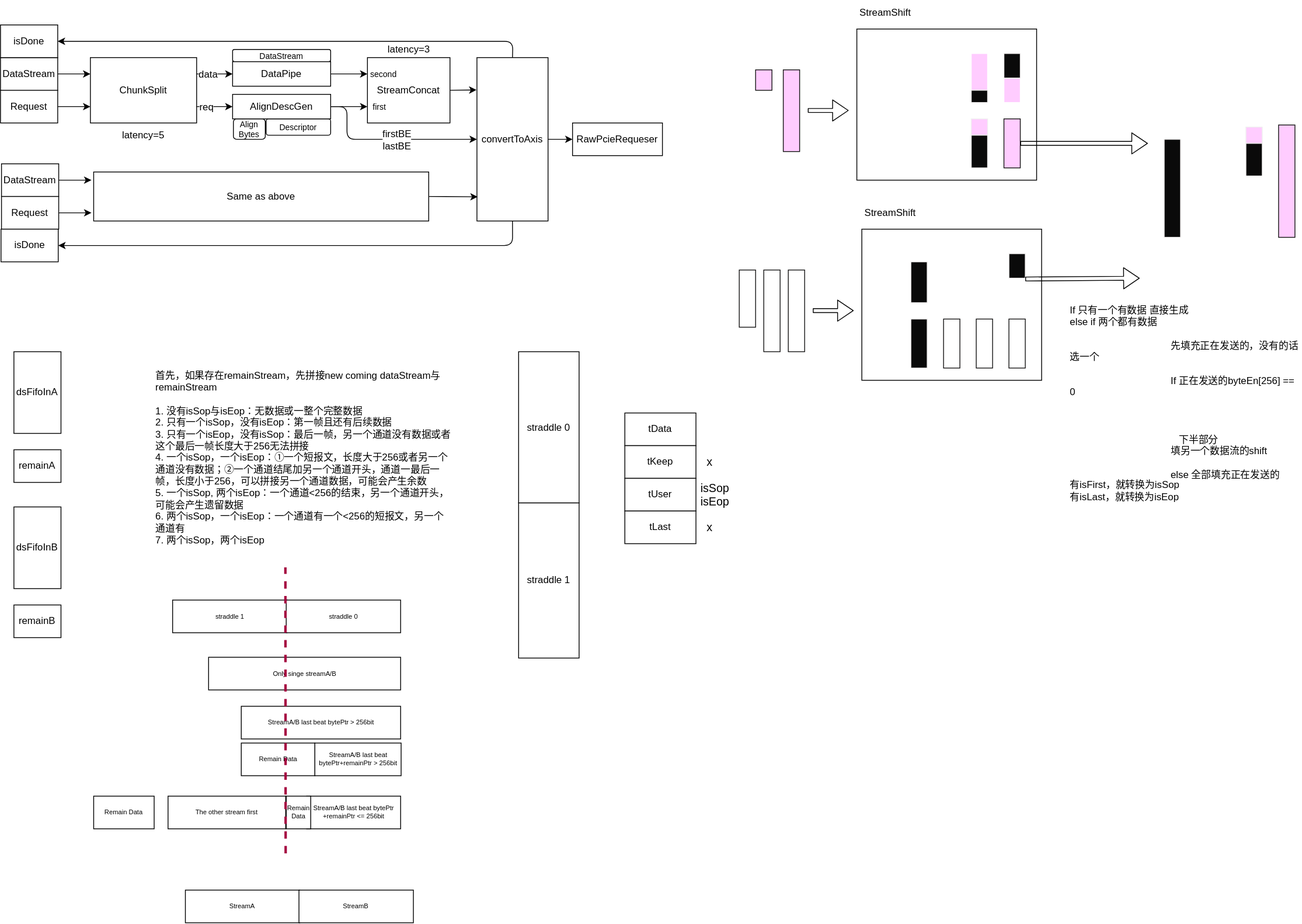
datenlord/blue-dmac keeps this draw.io diagram as img/requester.drawio.svg. Above is the earlier version. Source tidied: cells renumbered, new cells last; positions are measured from the earlier drawing's top-left corner, leaving out a move shared by most shapes.
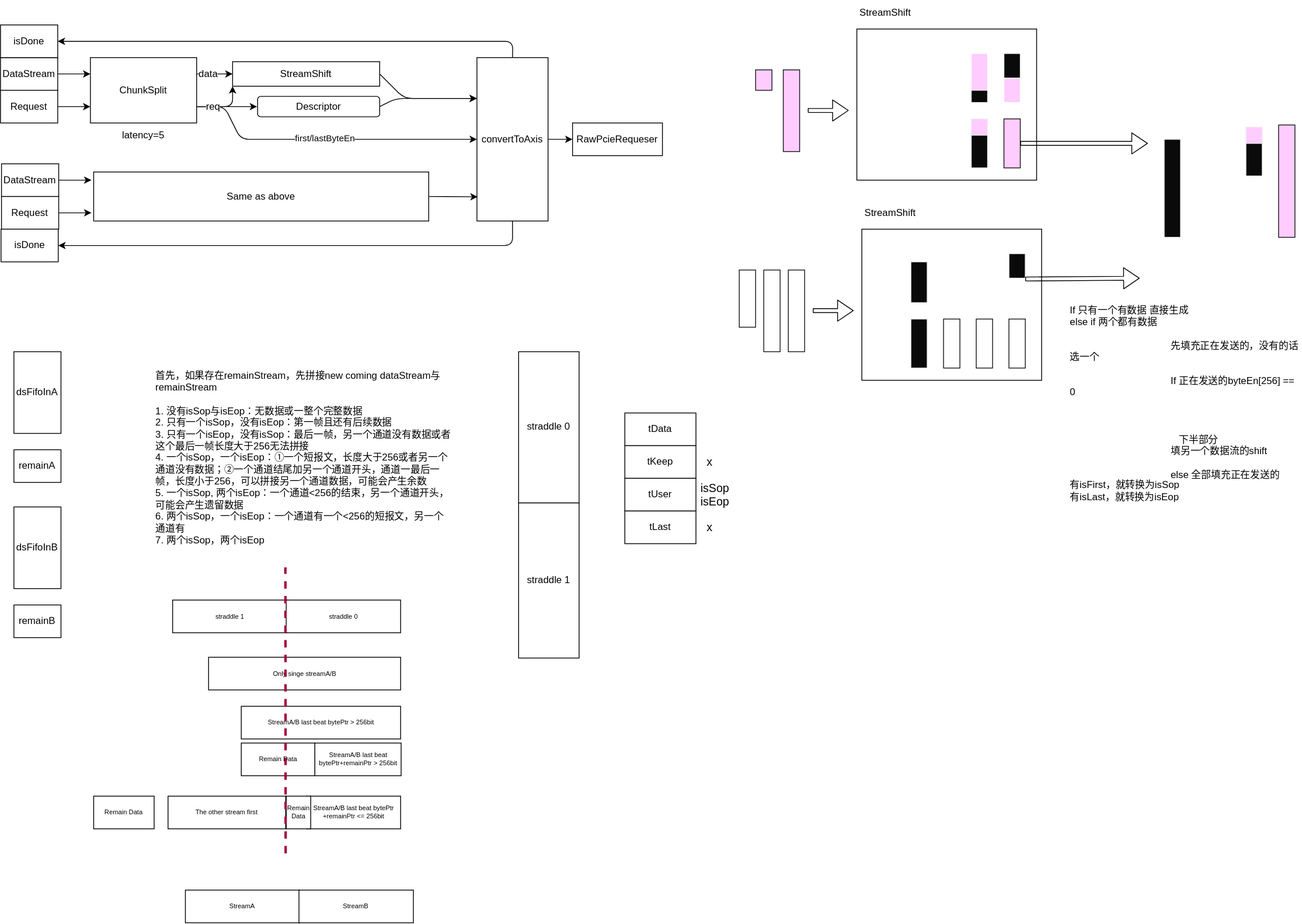
After the commit.

The edit, as a diff of the source:
```diff
@@ -2,6 +2,25 @@
   <root>
     <mxCell id="0" />
     <mxCell id="1" parent="0" />
+    <mxCell id="106" style="edgeStyle=none;html=1;exitX=1;exitY=0.75;exitDx=0;exitDy=0;entryX=0;entryY=0.5;entryDx=0;entryDy=0;" parent="1" edge="1" source="19" target="13">
+      <mxGeometry relative="1" as="geometry">
+        <Array as="points">
+          <mxPoint x="274" y="130" />
+          <mxPoint x="294" y="170" />
+        </Array>
+      </mxGeometry>
+    </mxCell>
+    <mxCell id="107" value="first/lastByteEn" style="edgeLabel;html=1;align=center;verticalAlign=middle;" parent="106" vertex="1">
+      <mxGeometry x="-0.01" y="1" relative="1" as="geometry" />
+    </mxCell>
+    <mxCell id="108" style="edgeStyle=none;html=1;exitX=1;exitY=0.75;exitDx=0;exitDy=0;entryX=0;entryY=1;entryDx=0;entryDy=0;" parent="1" edge="1" source="19" target="110">
+      <mxGeometry relative="1" as="geometry">
+        <Array as="points">
+          <mxPoint x="244" y="130" />
+          <mxPoint x="284" y="130" />
+        </Array>
+      </mxGeometry>
+    </mxCell>
     <mxCell id="2" style="edgeStyle=none;html=1;exitX=1;exitY=0.5;exitDx=0;exitDy=0;entryX=0;entryY=0.25;entryDx=0;entryDy=0;fontSize=10;" parent="1" edge="1" source="3" target="19">
       <mxGeometry relative="1" as="geometry" />
     </mxCell>
@@ -14,18 +33,6 @@
     <mxCell id="5" value="Request" style="rounded=0;whiteSpace=wrap;html=1;" parent="1" vertex="1">
       <mxGeometry y="110" width="70" height="40" as="geometry" />
     </mxCell>
-    <mxCell id="6" style="edgeStyle=none;html=1;exitX=1;exitY=0.5;exitDx=0;exitDy=0;fontSize=10;entryX=-0.007;entryY=0.198;entryDx=0;entryDy=0;entryPerimeter=0;" parent="1" edge="1" source="7" target="13">
-      <mxGeometry relative="1" as="geometry" />
-    </mxCell>
-    <mxCell id="7" value="&lt;font style=&quot;font-size: 12px;&quot;&gt;StreamConcat&lt;/font&gt;" style="rounded=0;whiteSpace=wrap;html=1;fontSize=8;" parent="1" vertex="1">
-      <mxGeometry x="449" y="70" width="101" height="80" as="geometry" />
-    </mxCell>
-    <mxCell id="8" value="first" style="text;html=1;strokeColor=none;fillColor=none;align=center;verticalAlign=middle;whiteSpace=wrap;rounded=0;fontSize=10;" parent="1" vertex="1">
-      <mxGeometry x="449" y="120" width="30" height="20" as="geometry" />
-    </mxCell>
-    <mxCell id="9" value="second" style="text;html=1;strokeColor=none;fillColor=none;align=center;verticalAlign=middle;whiteSpace=wrap;rounded=0;fontSize=10;" parent="1" vertex="1">
-      <mxGeometry x="454" y="80" width="30" height="20" as="geometry" />
-    </mxCell>
     <mxCell id="10" style="edgeStyle=none;html=1;exitX=1;exitY=0.5;exitDx=0;exitDy=0;entryX=0;entryY=0.5;entryDx=0;entryDy=0;fontSize=10;" parent="1" edge="1" source="13" target="14">
       <mxGeometry relative="1" as="geometry" />
     </mxCell>
@@ -49,14 +56,21 @@
     <mxCell id="14" value="RawPcieRequeser" style="rounded=0;whiteSpace=wrap;html=1;" parent="1" vertex="1">
       <mxGeometry x="700" y="150" width="110" height="40" as="geometry" />
     </mxCell>
-    <mxCell id="15" style="edgeStyle=none;html=1;exitX=1;exitY=0.75;exitDx=0;exitDy=0;entryX=0;entryY=0.5;entryDx=0;entryDy=0;strokeWidth=1;fontSize=12;" parent="1" edge="1" source="19" target="55">
-      <mxGeometry relative="1" as="geometry" />
+    <mxCell id="15" style="edgeStyle=none;html=1;exitX=1;exitY=0.75;exitDx=0;exitDy=0;strokeWidth=1;fontSize=12;" parent="1" edge="1" source="19">
+      <mxGeometry relative="1" as="geometry">
+        <mxPoint x="314" y="130" as="targetPoint" />
+        <Array as="points">
+          <mxPoint x="284" y="130" />
+        </Array>
+      </mxGeometry>
     </mxCell>
     <mxCell id="16" value="req" style="edgeLabel;html=1;align=center;verticalAlign=middle;fontSize=12;" parent="15" vertex="1">
       <mxGeometry x="-0.47" relative="1" as="geometry" />
     </mxCell>
-    <mxCell id="17" style="edgeStyle=none;html=1;exitX=1;exitY=0.25;exitDx=0;exitDy=0;entryX=0;entryY=0.5;entryDx=0;entryDy=0;strokeWidth=1;fontSize=12;" parent="1" edge="1" source="19" target="57">
-      <mxGeometry relative="1" as="geometry" />
+    <mxCell id="17" style="edgeStyle=none;html=1;exitX=1;exitY=0.25;exitDx=0;exitDy=0;entryX=0;entryY=0.5;entryDx=0;entryDy=0;strokeWidth=1;fontSize=12;" parent="1" edge="1" source="19">
+      <mxGeometry relative="1" as="geometry">
+        <mxPoint x="284" y="90" as="targetPoint" />
+      </mxGeometry>
     </mxCell>
     <mxCell id="18" value="data" style="edgeLabel;html=1;align=center;verticalAlign=middle;fontSize=12;" parent="17" vertex="1">
       <mxGeometry x="-0.52" relative="1" as="geometry">
@@ -66,12 +80,6 @@
     <mxCell id="19" value="ChunkSplit" style="rounded=0;whiteSpace=wrap;html=1;" parent="1" vertex="1">
       <mxGeometry x="110" y="70" width="130" height="80" as="geometry" />
     </mxCell>
-    <mxCell id="20" value="Descriptor" style="rounded=1;whiteSpace=wrap;html=1;fontSize=10;" parent="1" vertex="1">
-      <mxGeometry x="325" y="145" width="79" height="20" as="geometry" />
-    </mxCell>
-    <mxCell id="21" value="DataStream" style="rounded=1;whiteSpace=wrap;html=1;fontSize=10;" parent="1" vertex="1">
-      <mxGeometry x="284" y="60" width="120" height="15" as="geometry" />
-    </mxCell>
     <mxCell id="22" value="isDone" style="rounded=0;whiteSpace=wrap;html=1;" parent="1" vertex="1">
       <mxGeometry y="30" width="70" height="40" as="geometry" />
     </mxCell>
@@ -160,47 +168,18 @@
     <mxCell id="48" value="&lt;font style=&quot;font-size: 14px;&quot;&gt;isSop&lt;br&gt;isEop&lt;br&gt;&lt;/font&gt;" style="text;html=1;strokeColor=none;fillColor=none;align=center;verticalAlign=middle;whiteSpace=wrap;rounded=0;" parent="1" vertex="1">
       <mxGeometry x="851" y="590" width="46.9" height="30" as="geometry" />
     </mxCell>
-    <mxCell id="49" value="Align&lt;br&gt;Bytes" style="rounded=1;whiteSpace=wrap;html=1;fontSize=10;" parent="1" vertex="1">
-      <mxGeometry x="285" y="145" width="39" height="25" as="geometry" />
-    </mxCell>
     <mxCell id="50" style="edgeStyle=none;html=1;exitX=1;exitY=0.5;exitDx=0;exitDy=0;entryX=0.011;entryY=0.852;entryDx=0;entryDy=0;entryPerimeter=0;strokeWidth=1;fontSize=12;" parent="1" edge="1" source="51" target="13">
       <mxGeometry relative="1" as="geometry" />
     </mxCell>
     <mxCell id="51" value="Same as above" style="rounded=0;whiteSpace=wrap;html=1;fontSize=12;" parent="1" vertex="1">
       <mxGeometry x="114" y="210" width="410" height="60" as="geometry" />
     </mxCell>
-    <mxCell id="52" style="edgeStyle=none;html=1;exitX=1;exitY=0.5;exitDx=0;exitDy=0;entryX=0;entryY=0.5;entryDx=0;entryDy=0;strokeWidth=1;fontSize=12;" parent="1" edge="1" source="55" target="8">
-      <mxGeometry relative="1" as="geometry" />
-    </mxCell>
-    <mxCell id="53" style="edgeStyle=none;html=1;exitX=1;exitY=0.5;exitDx=0;exitDy=0;entryX=0;entryY=0.5;entryDx=0;entryDy=0;strokeWidth=1;fontSize=12;" parent="1" edge="1" source="55" target="13">
-      <mxGeometry relative="1" as="geometry">
-        <Array as="points">
-          <mxPoint x="424" y="130" />
-          <mxPoint x="424" y="170" />
-        </Array>
-      </mxGeometry>
-    </mxCell>
-    <mxCell id="54" value="firstBE&lt;br&gt;lastBE" style="edgeLabel;html=1;align=center;verticalAlign=middle;fontSize=12;" parent="53" vertex="1">
-      <mxGeometry x="0.1" relative="1" as="geometry" />
-    </mxCell>
-    <mxCell id="55" value="AlignDescGen" style="rounded=0;whiteSpace=wrap;html=1;" parent="1" vertex="1">
-      <mxGeometry x="284" y="115" width="120" height="30" as="geometry" />
-    </mxCell>
-    <mxCell id="56" style="edgeStyle=none;html=1;exitX=1;exitY=0.5;exitDx=0;exitDy=0;strokeWidth=1;fontSize=12;entryX=0;entryY=0.25;entryDx=0;entryDy=0;" parent="1" edge="1" source="57" target="7">
-      <mxGeometry relative="1" as="geometry" />
-    </mxCell>
-    <mxCell id="57" value="DataPipe" style="rounded=0;whiteSpace=wrap;html=1;" parent="1" vertex="1">
-      <mxGeometry x="284" y="75" width="120" height="30" as="geometry" />
-    </mxCell>
     <mxCell id="58" value="&lt;span style=&quot;font-size: 12px;&quot;&gt;remainA&lt;/span&gt;" style="rounded=0;whiteSpace=wrap;html=1;fontSize=8;" parent="1" vertex="1">
       <mxGeometry x="16.4" y="550" width="57.6" height="40" as="geometry" />
     </mxCell>
     <mxCell id="59" value="latency=5" style="text;html=1;strokeColor=none;fillColor=none;align=center;verticalAlign=middle;whiteSpace=wrap;rounded=0;" parent="1" vertex="1">
       <mxGeometry x="145" y="150" width="60" height="30" as="geometry" />
     </mxCell>
-    <mxCell id="60" value="latency=3" style="text;html=1;strokeColor=none;fillColor=none;align=center;verticalAlign=middle;whiteSpace=wrap;rounded=0;" parent="1" vertex="1">
-      <mxGeometry x="469.5" y="45" width="60" height="30" as="geometry" />
-    </mxCell>
     <mxCell id="61" value="&lt;font style=&quot;font-size: 12px;&quot;&gt;straddle 1&lt;/font&gt;" style="rounded=0;whiteSpace=wrap;html=1;fontSize=8;" parent="1" vertex="1">
       <mxGeometry x="634" y="615" width="74" height="190" as="geometry" />
     </mxCell>
@@ -347,5 +326,25 @@
     <mxCell id="105" value="有isFirst，就转换为isSop&lt;br&gt;有isLast，就转换为isEop" style="text;html=1;strokeColor=none;fillColor=none;align=left;verticalAlign=middle;whiteSpace=wrap;rounded=0;glass=0;sketch=0;fillStyle=auto;strokeWidth=1;fontSize=12;" parent="1" vertex="1">
       <mxGeometry x="1306.5" y="545" width="210" height="110" as="geometry" />
     </mxCell>
+    <mxCell id="109" style="edgeStyle=none;html=1;exitX=1;exitY=0.5;exitDx=0;exitDy=0;entryX=0;entryY=0.25;entryDx=0;entryDy=0;" parent="1" edge="1" source="110" target="13">
+      <mxGeometry relative="1" as="geometry">
+        <Array as="points">
+          <mxPoint x="494" y="120" />
+        </Array>
+      </mxGeometry>
+    </mxCell>
+    <mxCell id="110" value="StreamShift" style="rounded=0;whiteSpace=wrap;html=1;" parent="1" vertex="1">
+      <mxGeometry x="284" y="75" width="180" height="30" as="geometry" />
+    </mxCell>
+    <mxCell id="111" style="edgeStyle=none;html=1;exitX=1;exitY=0.5;exitDx=0;exitDy=0;entryX=0;entryY=0.25;entryDx=0;entryDy=0;" parent="1" edge="1" source="20" target="13">
+      <mxGeometry relative="1" as="geometry">
+        <Array as="points">
+          <mxPoint x="484" y="120" />
+        </Array>
+      </mxGeometry>
+    </mxCell>
+    <mxCell id="20" value="Descriptor" style="rounded=1;whiteSpace=wrap;html=1;" parent="1" vertex="1">
+      <mxGeometry x="314.6" y="117.5" width="149.4" height="25" as="geometry" />
+    </mxCell>
   </root>
 </mxGraphModel>
```
